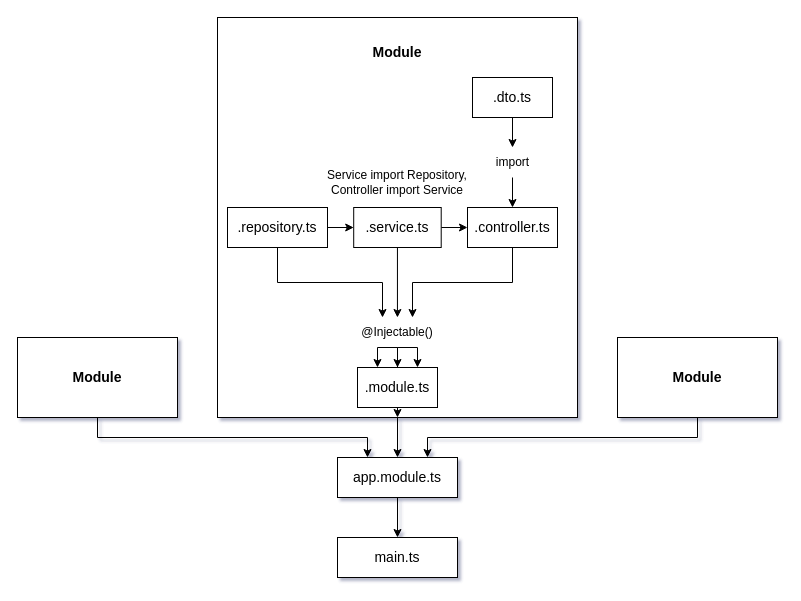
Trung28899/NestJs-2023 keeps this draw.io diagram as diagrams/files connections.drawio. Above is the earlier version. Source tidied: cells renumbered, new cells numbered last; positions are measured from the earlier drawing's top-left corner, leaving out a move shared by most shapes. Both pictures are drawn from the tidied source at 100%, with x=0, y=0 at pixel (17, 17).
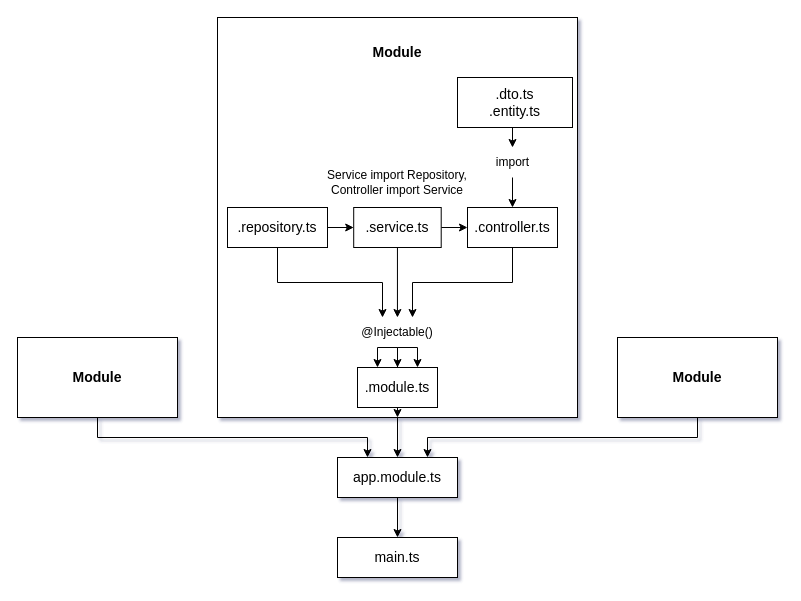
The same diagram, later.

What changed in the source:
```diff
@@
-    <mxCell id="12" value="&lt;font style=&quot;font-size: 14px;&quot;&gt;.dto.ts&lt;/font&gt;" style="rounded=0;whiteSpace=wrap;html=1;" parent="1" vertex="1">
-      <mxGeometry x="455" y="60" width="80" height="40" as="geometry" />
+    <mxCell id="12" value="&lt;font style=&quot;font-size: 14px;&quot;&gt;.dto.ts&lt;br&gt;.entity.ts&lt;br&gt;&lt;/font&gt;" style="rounded=0;whiteSpace=wrap;html=1;" parent="1" vertex="1">
+      <mxGeometry x="440" y="60" width="115" height="50" as="geometry" />
     </mxCell>
```
